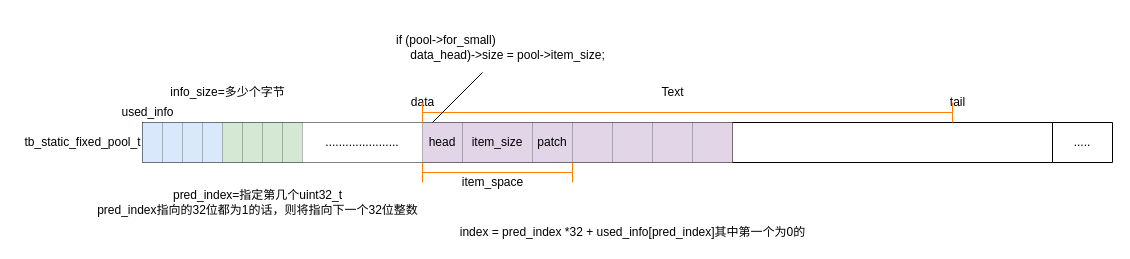
This is Untitled Diagram.drawio from tinybear2018/ALSA, a draw.io file, before an edit. Source tidied: cells renumbered, new cells numbered last; positions are measured from the earlier drawing's top-left corner, leaving out a move shared by most shapes. Both pictures are drawn from the tidied source at 100%, with x=0, y=0 at pixel (17, 32).
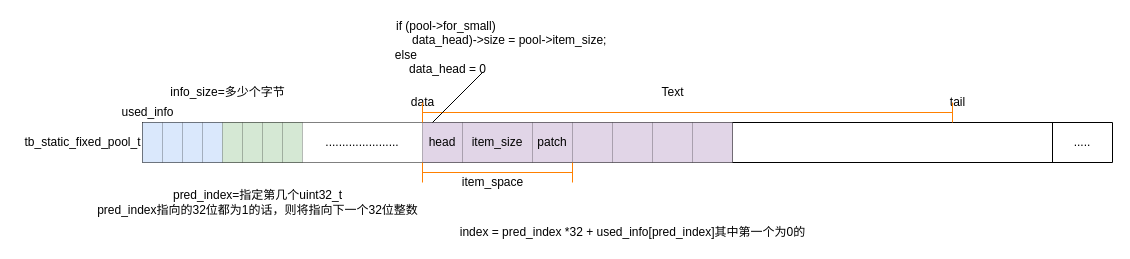
The same diagram, later.

Change to the diagram source:
```diff
@@
-    <mxCell id="34" value="&lt;div&gt;if (pool-&amp;gt;for_small)&amp;nbsp;&lt;/div&gt;&lt;div&gt;&amp;nbsp; &amp;nbsp; &amp;nbsp; &amp;nbsp; &amp;nbsp; &amp;nbsp; &amp;nbsp; &amp;nbsp; &amp;nbsp; &amp;nbsp; &amp;nbsp; &amp;nbsp; &amp;nbsp; &amp;nbsp; &amp;nbsp; &amp;nbsp; &amp;nbsp; &amp;nbsp; data_head)-&amp;gt;size = pool-&amp;gt;item_size;&lt;/div&gt;" style="text;html=1;align=center;verticalAlign=middle;" parent="1" vertex="1">
-      <mxGeometry x="265" width="330" height="30" as="geometry" />
+    <mxCell id="34" value="&lt;div&gt;if (pool-&amp;gt;for_small)&amp;nbsp;&lt;/div&gt;&lt;div&gt;&amp;nbsp; &amp;nbsp; &amp;nbsp; &amp;nbsp; &amp;nbsp; &amp;nbsp; &amp;nbsp; &amp;nbsp; &amp;nbsp; &amp;nbsp; &amp;nbsp; &amp;nbsp; &amp;nbsp; &amp;nbsp; &amp;nbsp; &amp;nbsp; &amp;nbsp; &amp;nbsp; &amp;nbsp;data_head)-&amp;gt;size = pool-&amp;gt;item_size;&lt;/div&gt;&lt;div&gt;&lt;span&gt;else&amp;nbsp; &amp;nbsp; &amp;nbsp; &amp;nbsp; &amp;nbsp; &amp;nbsp; &amp;nbsp; &amp;nbsp; &amp;nbsp; &amp;nbsp; &amp;nbsp; &amp;nbsp; &amp;nbsp;&lt;/span&gt;&lt;/div&gt;&lt;div&gt;data_head = 0&lt;/div&gt;" style="text;html=1;align=center;verticalAlign=middle;" parent="1" vertex="1">
+      <mxGeometry x="265" y="-15" width="330" height="60" as="geometry" />
     </mxCell>
```
